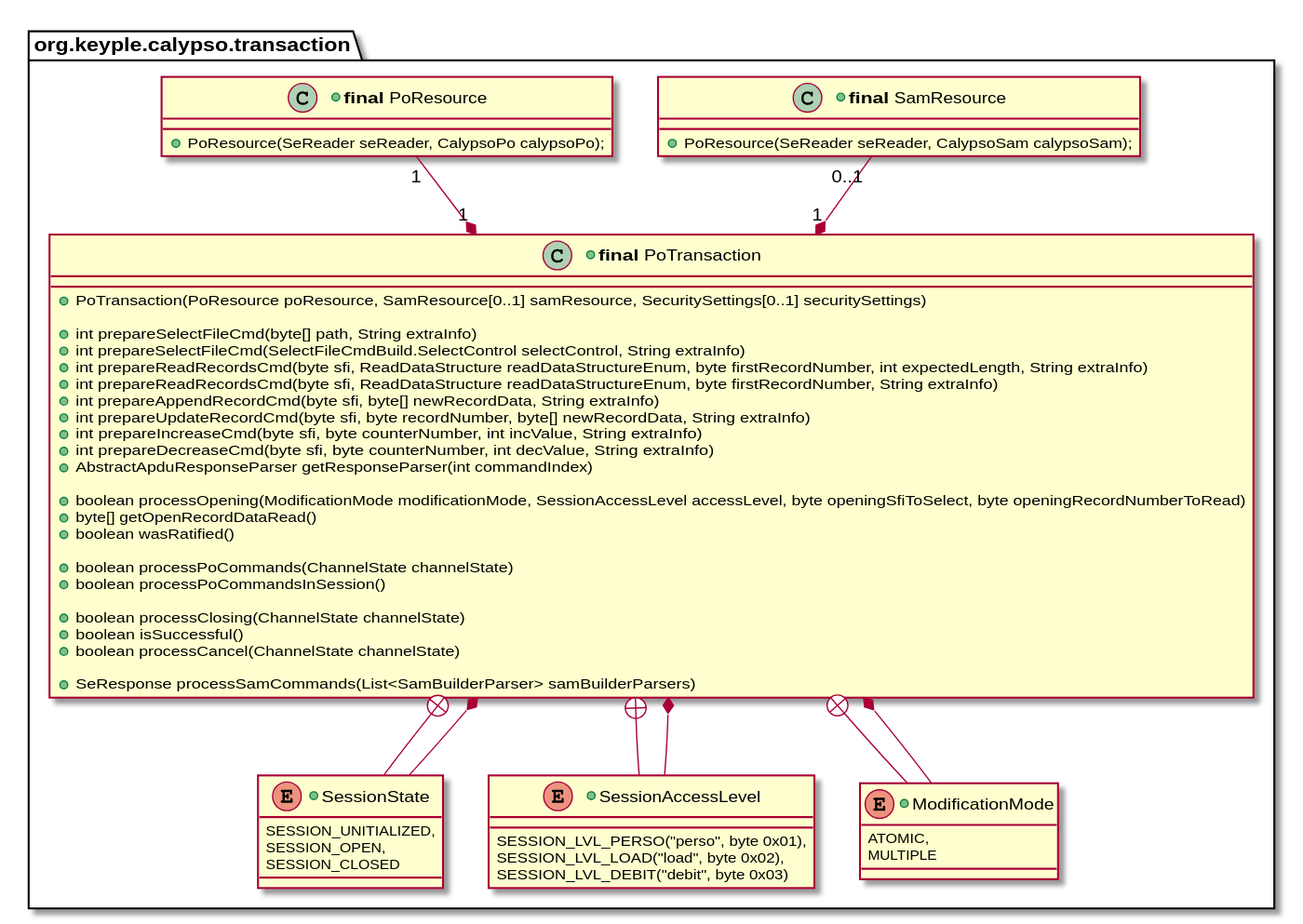
eclipse-keyple/keyple-java keeps this PlantUML diagram as docs/img/KeypleCalypso-2-Transaction-PO_Session.svg. Above is the earlier version. Its diagram source:
```plantuml
@startuml
package org.keyple.calypso.transaction #FFFFFF {

+class "<b>final</b> PoResource" as PoResource {
	+PoResource(SeReader seReader, CalypsoPo calypsoPo);
}

+class "<b>final</b> SamResource" as SamResource {
	+PoResource(SeReader seReader, CalypsoSam calypsoSam);
}

+class "<b>final</b> PoTransaction" as PoTransaction {
	+PoTransaction(PoResource poResource, SamResource[0..1] samResource, SecuritySettings[0..1] securitySettings)

	+int prepareSelectFileCmd(byte[] path, String extraInfo)
	+int prepareSelectFileCmd(SelectFileCmdBuild.SelectControl selectControl, String extraInfo)
	+int prepareReadRecordsCmd(byte sfi, ReadDataStructure readDataStructureEnum, byte firstRecordNumber, int expectedLength, String extraInfo)
	+int prepareReadRecordsCmd(byte sfi, ReadDataStructure readDataStructureEnum, byte firstRecordNumber, String extraInfo)
	+int prepareAppendRecordCmd(byte sfi, byte[] newRecordData, String extraInfo)
	+int prepareUpdateRecordCmd(byte sfi, byte recordNumber, byte[] newRecordData, String extraInfo)
	+int prepareIncreaseCmd(byte sfi, byte counterNumber, int incValue, String extraInfo)
	+int prepareDecreaseCmd(byte sfi, byte counterNumber, int decValue, String extraInfo)
	+AbstractApduResponseParser getResponseParser(int commandIndex)

	+boolean processOpening(ModificationMode modificationMode, SessionAccessLevel accessLevel, byte openingSfiToSelect, byte openingRecordNumberToRead)
	+byte[] getOpenRecordDataRead()
	+boolean wasRatified()

	+boolean processPoCommands(ChannelState channelState)
	+boolean processPoCommandsInSession()

	+boolean processClosing(ChannelState channelState)
	+boolean isSuccessful()
	+boolean processCancel(ChannelState channelState)

	+SeResponse processSamCommands(List<SamBuilderParser> samBuilderParsers)
}

+enum SessionState {
	SESSION_UNITIALIZED,
	SESSION_OPEN,
	SESSION_CLOSED
}

+enum SessionAccessLevel {
	SESSION_LVL_PERSO("perso", byte 0x01),
	SESSION_LVL_LOAD("load", byte 0x02),
	SESSION_LVL_DEBIT("debit", byte 0x03)
}

+enum ModificationMode {
	ATOMIC,
	MULTIPLE
}

PoResource -right[hidden]- SamResource
PoTransaction "1" *-up- "1" PoResource
PoTransaction "1" *-up- "0..1" SamResource

PoTransaction +-down- SessionState
PoTransaction *-down- SessionState
PoTransaction +-down- SessionAccessLevel
PoTransaction *-down- SessionAccessLevel
PoTransaction +-down- ModificationMode
PoTransaction *-down- ModificationMode
}
@enduml
```
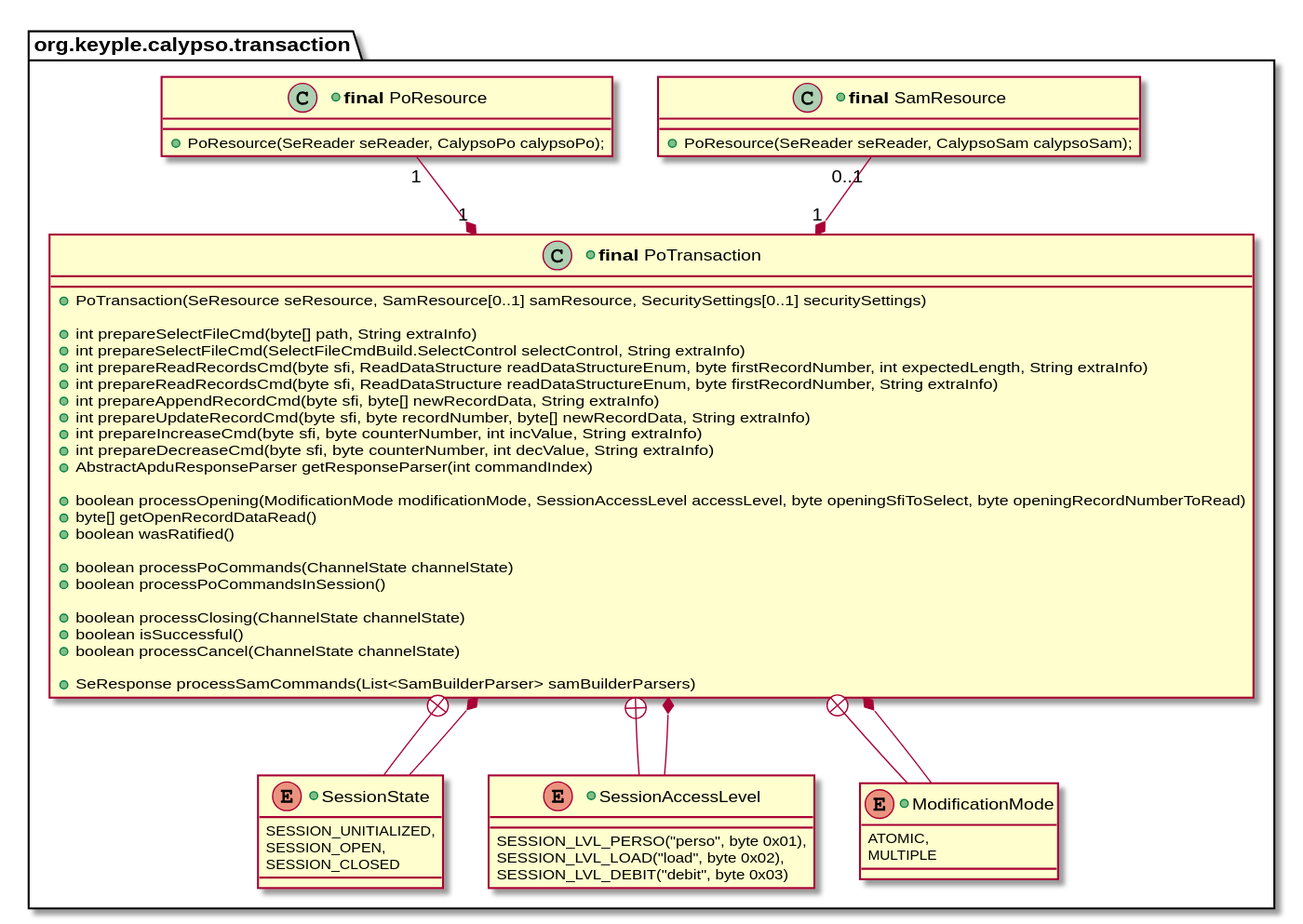
The same diagram one commit later.

Diff of the diagram source:
```diff
@@ -10,7 +10,7 @@
 }
 
 +class "<b>final</b> PoTransaction" as PoTransaction {
-	+PoTransaction(PoResource poResource, SamResource[0..1] samResource, SecuritySettings[0..1] securitySettings)
+	+PoTransaction(SeResource<CalypsoPo> poResource, SamResource[0..1] samResource, SecuritySettings[0..1] securitySettings)
 
 	+int prepareSelectFileCmd(byte[] path, String extraInfo)
 	+int prepareSelectFileCmd(SelectFileCmdBuild.SelectControl selectControl, String extraInfo)
```
